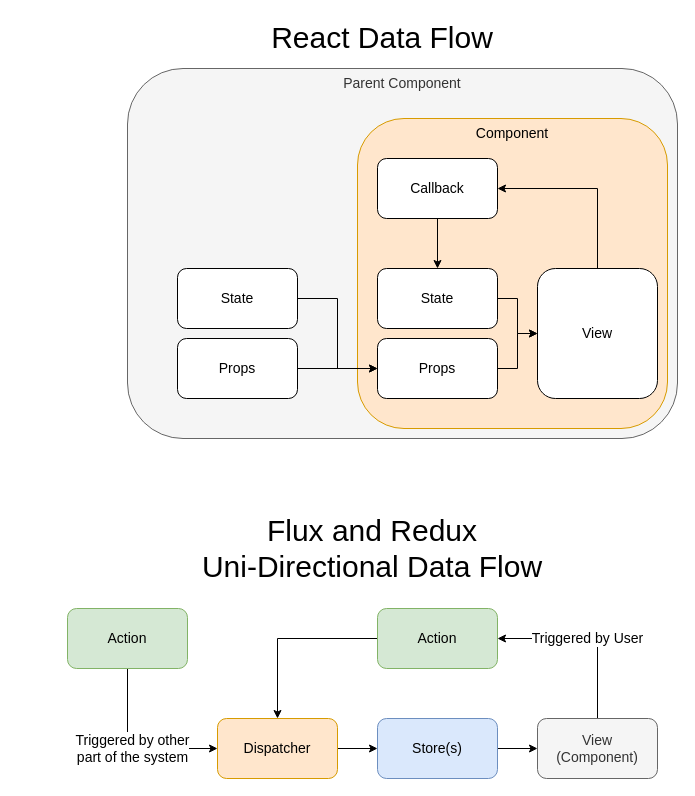
Earlier version of the draw.io diagram page "FluxRedux" (2 of 2) of diagrams/diagrams.drawio (pgeeh/first-to-react). Source tidied: cells renumbered, new cells numbered last; positions are measured from the earlier drawing's top-left corner, leaving out a move shared by most shapes. Both pictures are drawn from the tidied source at 100%, with x=0, y=0 at pixel (67, 17).
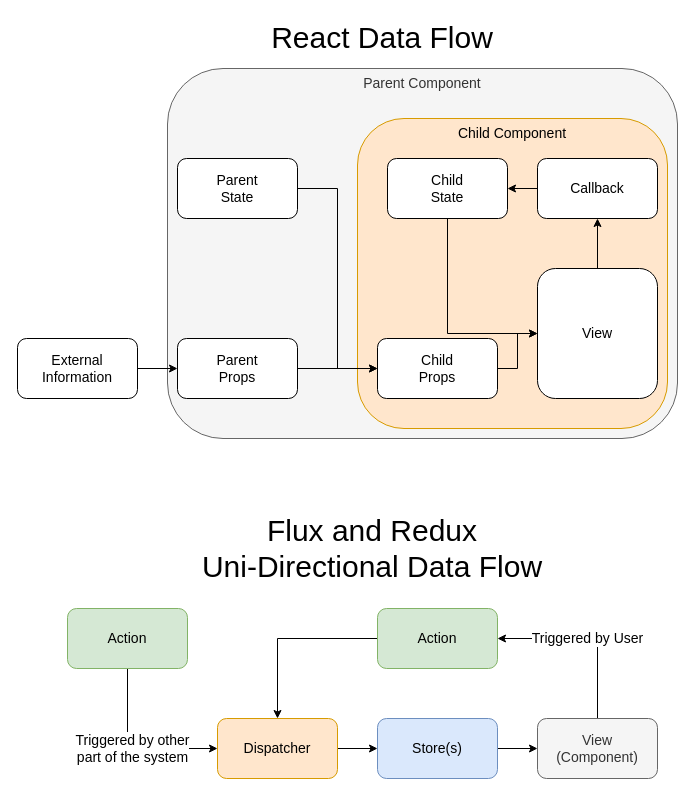
Above is the later version.

Commit message (it also covers changes not shown here):
Diagram updates, alternatives and concepts

Unchanged cells that the change refers to:
```xml
<mxCell id="20" value="View" style="rounded=1;whiteSpace=wrap;html=1;fontSize=14;" parent="1" vertex="1">
  <mxGeometry x="470" y="251" width="120" height="130" as="geometry" />
</mxCell>
```

The edit, as a diff of the source:
```diff
@@
     <mxCell id="2" value="Parent Component" style="rounded=1;whiteSpace=wrap;html=1;fontSize=14;verticalAlign=top;fillColor=#f5f5f5;strokeColor=#666666;fontColor=#333333;" parent="1" vertex="1">
-      <mxGeometry x="60" y="51" width="550" height="370" as="geometry" />
+      <mxGeometry x="100" y="51" width="510" height="370" as="geometry" />
     </mxCell>
-    <mxCell id="3" value="Component" style="rounded=1;whiteSpace=wrap;html=1;fontSize=14;verticalAlign=top;fillColor=#ffe6cc;strokeColor=#d79b00;" parent="1" vertex="1">
+    <mxCell id="3" value="Child Component" style="rounded=1;whiteSpace=wrap;html=1;fontSize=14;verticalAlign=top;fillColor=#ffe6cc;strokeColor=#d79b00;" parent="1" vertex="1">
       <mxGeometry x="290" y="101" width="310" height="310" as="geometry" />
     </mxCell>
@@
-    <mxCell id="16" value="Props" style="rounded=1;whiteSpace=wrap;html=1;fontSize=14;" parent="1" vertex="1">
+    <mxCell id="16" value="Parent&lt;br&gt;Props" style="rounded=1;whiteSpace=wrap;html=1;fontSize=14;" parent="1" vertex="1">
       <mxGeometry x="110" y="321" width="120" height="60" as="geometry" />
     </mxCell>
-    <mxCell id="17" style="edgeStyle=orthogonalEdgeStyle;rounded=0;jettySize=auto;html=1;exitX=1;exitY=0.5;exitDx=0;exitDy=0;entryX=0;entryY=0.5;entryDx=0;entryDy=0;fontSize=14;" parent="1" edge="1" source="18" target="20">
+    <mxCell id="17" style="edgeStyle=orthogonalEdgeStyle;rounded=0;jettySize=auto;html=1;exitX=0.5;exitY=1;exitDx=0;exitDy=0;entryX=0;entryY=0.5;entryDx=0;entryDy=0;fontSize=14;" parent="1" edge="1" source="18" target="20">
       <mxGeometry relative="1" as="geometry" />
     </mxCell>
-    <mxCell id="18" value="State" style="rounded=1;whiteSpace=wrap;html=1;fontSize=14;" parent="1" vertex="1">
-      <mxGeometry x="310" y="251" width="120" height="60" as="geometry" />
+    <mxCell id="18" value="Child&lt;br&gt;State" style="rounded=1;whiteSpace=wrap;html=1;fontSize=14;" parent="1" vertex="1">
+      <mxGeometry x="320" y="141" width="120" height="60" as="geometry" />
     </mxCell>
-    <mxCell id="19" style="edgeStyle=orthogonalEdgeStyle;rounded=0;jettySize=auto;html=1;entryX=1;entryY=0.5;entryDx=0;entryDy=0;fontSize=14;exitX=0.5;exitY=0;exitDx=0;exitDy=0;" parent="1" edge="1" source="20" target="22">
+    <mxCell id="19" style="edgeStyle=orthogonalEdgeStyle;rounded=0;jettySize=auto;html=1;entryX=0.5;entryY=1;entryDx=0;entryDy=0;fontSize=14;exitX=0.5;exitY=0;exitDx=0;exitDy=0;" parent="1" edge="1" source="20" target="22">
       <mxGeometry relative="1" as="geometry" />
     </mxCell>
@@
-    <mxCell id="21" style="edgeStyle=orthogonalEdgeStyle;rounded=0;jettySize=auto;html=1;entryX=0.5;entryY=0;entryDx=0;entryDy=0;fontSize=14;exitX=0.5;exitY=1;exitDx=0;exitDy=0;" parent="1" edge="1" source="22" target="18">
+    <mxCell id="21" style="edgeStyle=orthogonalEdgeStyle;rounded=0;jettySize=auto;html=1;entryX=1;entryY=0.5;entryDx=0;entryDy=0;fontSize=14;exitX=0;exitY=0.5;exitDx=0;exitDy=0;" parent="1" edge="1" source="22" target="18">
       <mxGeometry relative="1" as="geometry" />
     </mxCell>
     <mxCell id="22" value="Callback" style="rounded=1;whiteSpace=wrap;html=1;fontSize=14;" parent="1" vertex="1">
-      <mxGeometry x="310" y="141" width="120" height="60" as="geometry" />
+      <mxGeometry x="470" y="141" width="120" height="60" as="geometry" />
     </mxCell>
@@
-    <mxCell id="25" value="Props" style="rounded=1;whiteSpace=wrap;html=1;fontSize=14;" parent="1" vertex="1">
+    <mxCell id="25" value="Child&lt;br&gt;Props" style="rounded=1;whiteSpace=wrap;html=1;fontSize=14;" parent="1" vertex="1">
       <mxGeometry x="310" y="321" width="120" height="60" as="geometry" />
     </mxCell>
@@
-    <mxCell id="27" value="State" style="rounded=1;whiteSpace=wrap;html=1;fontSize=14;" parent="1" vertex="1">
-      <mxGeometry x="110" y="251" width="120" height="60" as="geometry" />
+    <mxCell id="27" value="Parent&lt;br&gt;State" style="rounded=1;whiteSpace=wrap;html=1;fontSize=14;" parent="1" vertex="1">
+      <mxGeometry x="110" y="141" width="120" height="60" as="geometry" />
     </mxCell>
+    <mxCell id="28" style="edgeStyle=orthogonalEdgeStyle;rounded=0;jettySize=auto;html=1;entryX=0;entryY=0.5;entryDx=0;entryDy=0;fontSize=14;" parent="1" edge="1" source="29" target="16">
+      <mxGeometry relative="1" as="geometry" />
+    </mxCell>
+    <mxCell id="29" value="External Information" style="rounded=1;whiteSpace=wrap;html=1;fontSize=14;" parent="1" vertex="1">
+      <mxGeometry x="-50" y="321" width="120" height="60" as="geometry" />
+    </mxCell>
```
